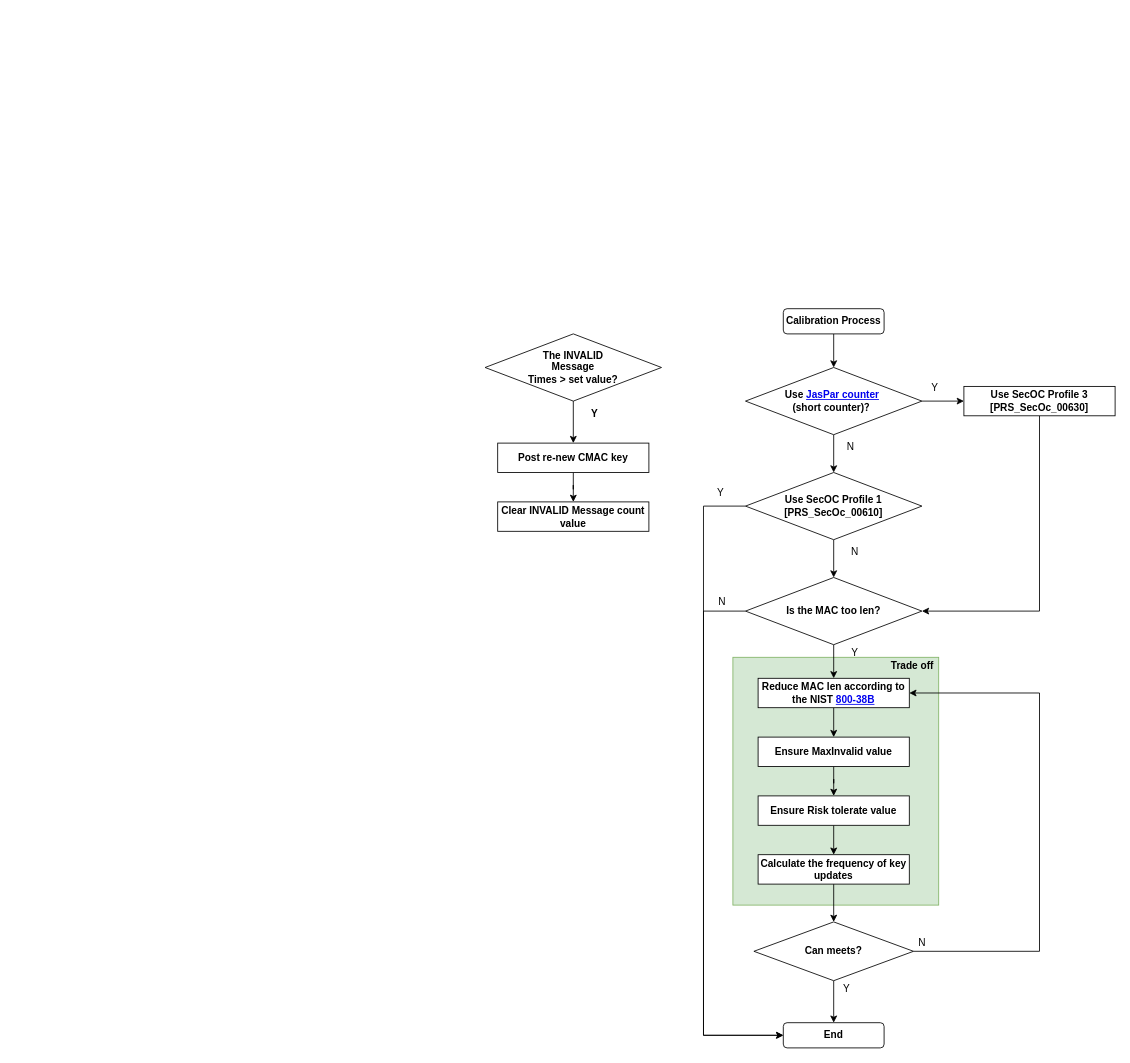
Earlier version of the draw.io diagram autox/misc.drawio (carloscn/drawio). Source tidied: cells renumbered, new cells numbered last; positions are measured from the earlier drawing's top-left corner, leaving out a move shared by most shapes. Both pictures are drawn from the tidied source at 84%, with x=0, y=0 at pixel (485, 308).
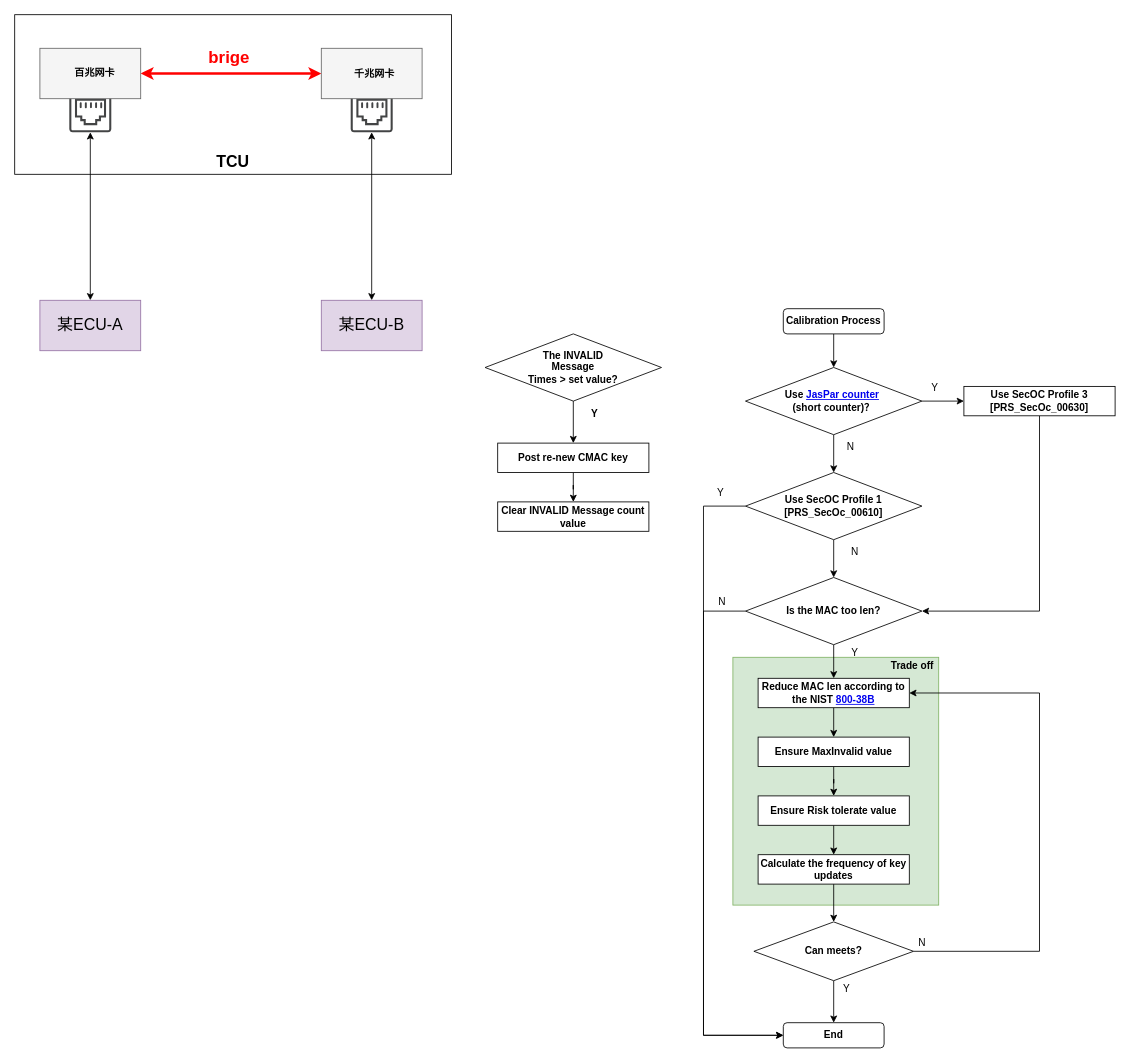
The same diagram, later.

What changed in the source:
```diff
@@
+    <mxCell id="43" value="TCU" style="rounded=0;whiteSpace=wrap;html=1;verticalAlign=bottom;fontStyle=1;fontSize=19;" parent="1" vertex="1">
+      <mxGeometry x="-560" y="-350" width="520" height="190" as="geometry" />
+    </mxCell>
+    <mxCell id="44" style="sketch=0;shadow=0;dashed=0;html=1;strokeColor=none;fillColor=#434445;labelPosition=center;verticalLabelPosition=bottom;verticalAlign=top;align=center;outlineConnect=0;shape=mxgraph.vvd.ethernet_port;" parent="1" vertex="1">
+      <mxGeometry x="-495" y="-260" width="50" height="50" as="geometry" />
+    </mxCell>
+    <mxCell id="45" style="sketch=0;shadow=0;dashed=0;html=1;strokeColor=none;fillColor=#434445;labelPosition=center;verticalLabelPosition=bottom;verticalAlign=top;align=center;outlineConnect=0;shape=mxgraph.vvd.ethernet_port;" parent="1" vertex="1">
+      <mxGeometry x="-160" y="-260" width="50" height="50" as="geometry" />
+    </mxCell>
+    <mxCell id="46" style="edgeStyle=orthogonalEdgeStyle;rounded=0;jettySize=auto;html=1;exitX=1;exitY=0.5;exitDx=0;exitDy=0;entryX=0;entryY=0.5;entryDx=0;entryDy=0;startArrow=classic;startFill=1;strokeWidth=3;fontColor=#FF0000;strokeColor=#FF0000;" parent="1" edge="1" source="47" target="49">
+      <mxGeometry relative="1" as="geometry" />
+    </mxCell>
+    <mxCell id="47" style="rounded=0;whiteSpace=wrap;html=1;fillColor=#f5f5f5;fontColor=#333333;strokeColor=#666666;" parent="1" vertex="1">
+      <mxGeometry x="-530" y="-310" width="120" height="60" as="geometry" />
+    </mxCell>
+    <mxCell id="48" value="&lt;b&gt;百兆网卡&lt;/b&gt;" style="text;html=1;align=center;verticalAlign=middle;strokeColor=none;fillColor=none;" parent="1" vertex="1">
+      <mxGeometry x="-500" y="-295" width="70" height="30" as="geometry" />
+    </mxCell>
+    <mxCell id="49" style="rounded=0;whiteSpace=wrap;html=1;fillColor=#f5f5f5;fontColor=#333333;strokeColor=#666666;" parent="1" vertex="1">
+      <mxGeometry x="-195" y="-310" width="120" height="60" as="geometry" />
+    </mxCell>
+    <mxCell id="50" value="千兆网卡" style="text;html=1;align=center;verticalAlign=middle;strokeColor=none;fillColor=none;fontStyle=1;" parent="1" vertex="1">
+      <mxGeometry x="-167" y="-294" width="70" height="30" as="geometry" />
+    </mxCell>
+    <mxCell id="51" style="edgeStyle=orthogonalEdgeStyle;rounded=0;jettySize=auto;html=1;fontSize=19;startArrow=classic;startFill=1;" parent="1" edge="1" source="52" target="44">
+      <mxGeometry relative="1" as="geometry" />
+    </mxCell>
+    <mxCell id="52" value="某ECU-A" style="rounded=0;whiteSpace=wrap;html=1;fontSize=19;fillColor=#e1d5e7;strokeColor=#9673a6;" parent="1" vertex="1">
+      <mxGeometry x="-530" y="-10" width="120" height="60" as="geometry" />
+    </mxCell>
+    <mxCell id="53" style="edgeStyle=orthogonalEdgeStyle;rounded=0;jettySize=auto;html=1;exitX=0.5;exitY=0;exitDx=0;exitDy=0;fontSize=19;startArrow=classic;startFill=1;" parent="1" edge="1" source="54" target="45">
+      <mxGeometry relative="1" as="geometry" />
+    </mxCell>
+    <mxCell id="54" value="某ECU-B" style="rounded=0;whiteSpace=wrap;html=1;fontSize=19;fillColor=#e1d5e7;strokeColor=#9673a6;" parent="1" vertex="1">
+      <mxGeometry x="-195" y="-10" width="120" height="60" as="geometry" />
+    </mxCell>
+    <mxCell id="55" value="brige" style="text;html=1;align=center;verticalAlign=middle;strokeColor=none;fillColor=none;fontStyle=1;fontSize=20;fontColor=#FF0000;" parent="1" vertex="1">
+      <mxGeometry x="-340" y="-320" width="70" height="40" as="geometry" />
+    </mxCell>
```
